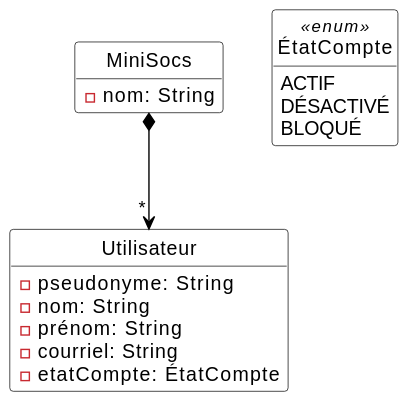
lukalafaye/MiniSocs keeps this PlantUML diagram as Diagrammes/minisocs_uml_diag_classes_sans_notif.svg. Above is the earlier version. The source it was exported from:
```plantuml
@startuml

hide empty methods
hide circle
skinparam class {
  BackgroundColor White
  ArrowColor Black
  BorderColor Black
}

class MiniSocs {
  - nom: String
}
class Utilisateur {
  - pseudonyme: String
  - nom: String
  - prénom: String
  - courriel: String
  - etatCompte: ÉtatCompte
}
enum ÉtatCompte <<enum>> {
  ACTIF
  DÉSACTIVÉ
  BLOQUÉ
}

MiniSocs *--> "*" Utilisateur

@enduml
```
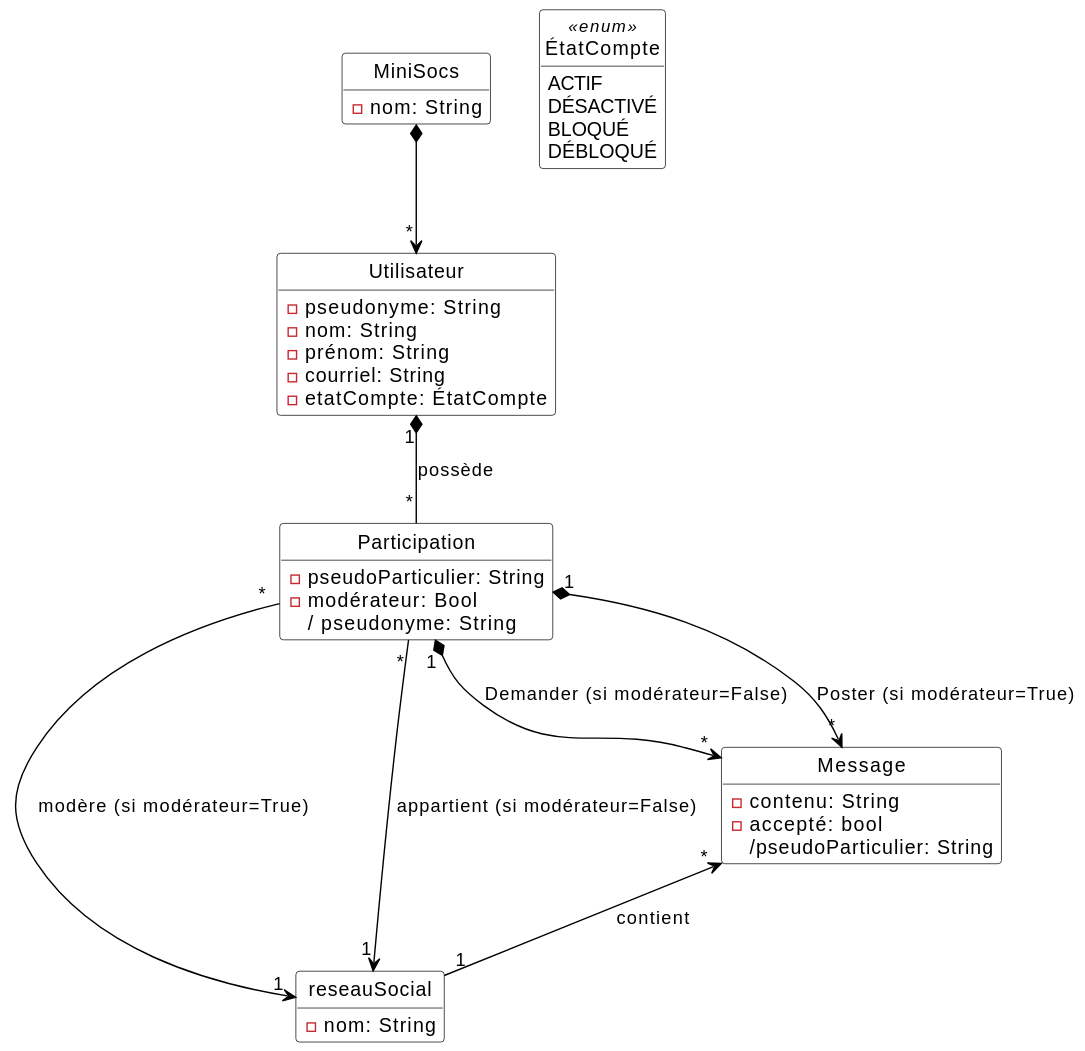
After the change.

Commit message:
completed diag de classe

Diff of the diagram source:
```diff
@@ -11,6 +11,7 @@
 class MiniSocs {
   - nom: String
 }
+
 class Utilisateur {
   - pseudonyme: String
   - nom: String
@@ -22,8 +23,31 @@
   ACTIF
   DÉSACTIVÉ
   BLOQUÉ
+  DÉBLOQUÉ
+}
+
+class Participation {
+  - pseudoParticulier: String
+  - modérateur: Bool
+  / pseudonyme: String
+}
+
+class reseauSocial {
+  - nom: String
+}
+
+class Message {
+  - contenu: String
+  - accepté: bool
+  /pseudoParticulier: String
 }
 
 MiniSocs *--> "*" Utilisateur
+Utilisateur "1" *-- "*" Participation: possède
+Participation "*" --> "1" reseauSocial: modère (si modérateur=True)
+Participation "*" --> "1" reseauSocial: appartient (si modérateur=False)
+Participation "1" *--> "*" Message: Demander (si modérateur=False)
+Participation "1" *--> "*" Message: Poster (si modérateur=True)
+Message "*" <-- "1" reseauSocial: contient
 
 @enduml
```
